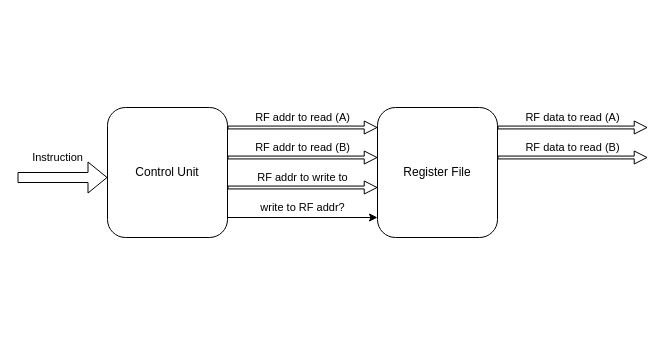
The draw.io diagram z8ProcessorCore/BlockDiagram.drawio in Adi-Vat/Excursions, before the edit. Source tidied: cells renumbered, new cells numbered last; positions are measured from the earlier drawing's top-left corner, leaving out a move shared by most shapes. Both pictures are drawn from the tidied source at 100%, with x=0, y=0 at pixel (17, 107).
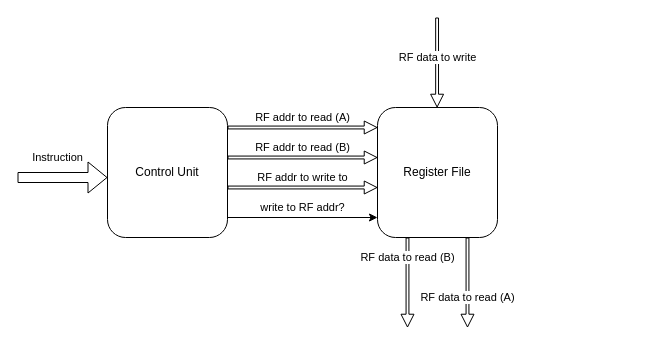
The same diagram, later.

Diff of the diagram source:
```diff
@@
 <mxGraphModel>
   <root>
     <mxCell id="0" />
     <mxCell id="1" parent="0" />
     <mxCell id="2" value="Control Unit" style="rounded=1;whiteSpace=wrap;html=1;" parent="1" vertex="1">
       <mxGeometry x="90" width="120" height="130" as="geometry" />
     </mxCell>
     <mxCell id="3" value="RF addr to write to" style="endArrow=classic;html=1;rounded=0;shape=flexArrow;width=2.857142857142857;endSize=3.9238095238095236;endWidth=9.1156462585034;" parent="1" edge="1">
       <mxGeometry y="10" relative="1" as="geometry">
         <mxPoint x="210" y="80" as="sourcePoint" />
         <mxPoint x="360" y="80" as="targetPoint" />
       </mxGeometry>
     </mxCell>
     <mxCell id="4" value="write to RF addr?" style="endArrow=classic;html=1;rounded=0;" parent="1" edge="1">
       <mxGeometry y="10" relative="1" as="geometry">
         <mxPoint x="210" y="110" as="sourcePoint" />
         <mxPoint x="360" y="110" as="targetPoint" />
       </mxGeometry>
     </mxCell>
     <mxCell id="5" value="RF addr to read (B)" style="endArrow=classic;html=1;rounded=0;shape=flexArrow;width=2.857142857142857;endSize=3.9238095238095236;endWidth=9.1156462585034;" parent="1" edge="1">
       <mxGeometry y="10" relative="1" as="geometry">
         <mxPoint x="210" y="50" as="sourcePoint" />
         <mxPoint x="360" y="50" as="targetPoint" />
       </mxGeometry>
     </mxCell>
     <mxCell id="6" value="RF addr to read (A)" style="endArrow=classic;html=1;rounded=0;shape=flexArrow;width=2.857142857142857;endSize=3.9238095238095236;endWidth=9.1156462585034;" parent="1" edge="1">
       <mxGeometry y="10" relative="1" as="geometry">
         <mxPoint x="210" y="20" as="sourcePoint" />
         <mxPoint x="360" y="20" as="targetPoint" />
       </mxGeometry>
     </mxCell>
     <mxCell id="7" value="Register File" style="rounded=1;whiteSpace=wrap;html=1;" parent="1" vertex="1">
       <mxGeometry x="360" width="120" height="130" as="geometry" />
     </mxCell>
     <mxCell id="8" value="Instruction" style="shape=flexArrow;endArrow=classic;html=1;rounded=0;" parent="1" edge="1">
       <mxGeometry x="-0.11" y="20" relative="1" as="geometry">
         <mxPoint y="70" as="sourcePoint" />
         <mxPoint x="90" y="70" as="targetPoint" />
       </mxGeometry>
     </mxCell>
     <mxCell id="9" value="RF data to read (A)" style="endArrow=classic;html=1;rounded=0;shape=flexArrow;width=2.857142857142857;endSize=3.9238095238095236;endWidth=9.1156462585034;" parent="1" edge="1">
-      <mxGeometry y="10" relative="1" as="geometry">
-        <mxPoint x="480" y="20" as="sourcePoint" />
-        <mxPoint x="630" y="20" as="targetPoint" />
+      <mxGeometry x="0.33" relative="1" as="geometry">
+        <mxPoint x="450" y="130" as="sourcePoint" />
+        <mxPoint x="450" y="220" as="targetPoint" />
       </mxGeometry>
     </mxCell>
     <mxCell id="10" value="RF data to read (B)" style="endArrow=classic;html=1;rounded=0;shape=flexArrow;width=2.857142857142857;endSize=3.9238095238095236;endWidth=9.1156462585034;" parent="1" edge="1">
-      <mxGeometry y="10" relative="1" as="geometry">
-        <mxPoint x="480" y="50" as="sourcePoint" />
-        <mxPoint x="630" y="50" as="targetPoint" />
+      <mxGeometry x="-0.56" relative="1" as="geometry">
+        <mxPoint x="390" y="130" as="sourcePoint" />
+        <mxPoint x="390" y="220" as="targetPoint" />
       </mxGeometry>
     </mxCell>
+    <mxCell id="11" value="RF data to write" style="endArrow=classic;html=1;rounded=0;shape=flexArrow;width=2.857142857142857;endSize=3.9238095238095236;endWidth=9.1156462585034;" parent="1" edge="1">
+      <mxGeometry x="-0.11" relative="1" as="geometry">
+        <mxPoint x="419.6" y="-90" as="sourcePoint" />
+        <mxPoint x="419.6" as="targetPoint" />
+      </mxGeometry>
+    </mxCell>
   </root>
 </mxGraphModel>
```
